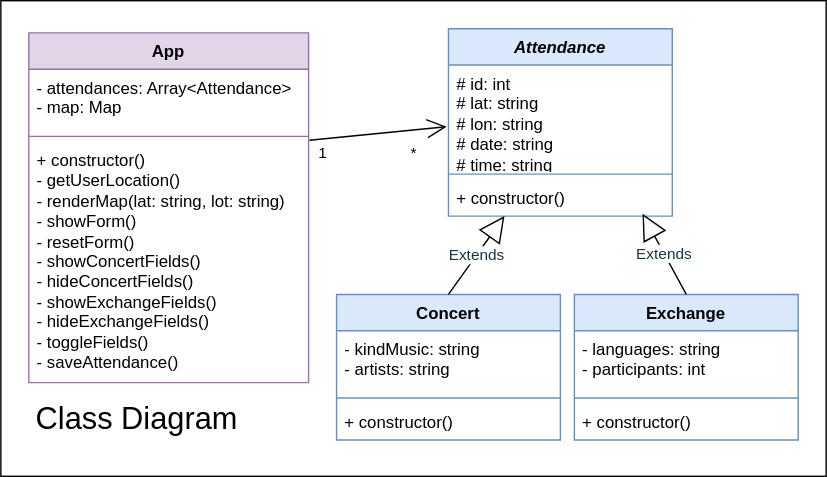
This is class-diagram.drawio.svg from josenavarrohub/vanilla-js-eventify, a draw.io export, as it was before one commit. Source tidied: cells renumbered, new cells last; positions are measured from the earlier drawing's top-left corner, leaving out a move shared by most shapes.
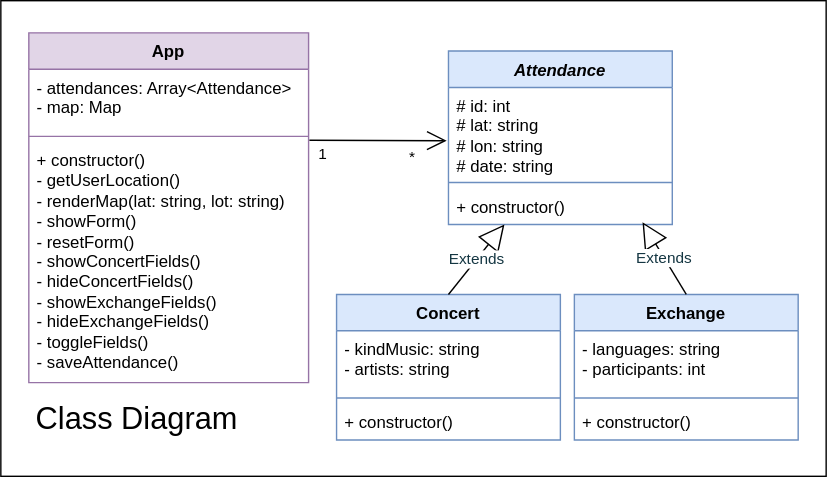
Above is the later version.

Change to the diagram source:
```diff
@@ -9,16 +9,16 @@
       <mxGeometry x="10" y="280" width="175" height="40" as="geometry" />
     </mxCell>
     <mxCell id="4" value="&lt;i&gt;Attendance&lt;/i&gt;" style="swimlane;fontStyle=1;align=center;verticalAlign=top;horizontal=1;startSize=26;whiteSpace=wrap;html=1;swimlaneLine=1;fillColor=#dae8fc;strokeColor=#6c8ebf;" parent="1" vertex="1">
-      <mxGeometry x="320" y="20" width="160" height="134" as="geometry" />
+      <mxGeometry x="320" y="36" width="160" height="124" as="geometry" />
     </mxCell>
-    <mxCell id="5" value="&lt;span id=&quot;docs-internal-guid-5c088fe4-7fff-a9e7-d3c3-fa63c1cc96f2&quot;&gt;&lt;/span&gt;&lt;span id=&quot;docs-internal-guid-5c088fe4-7fff-a9e7-d3c3-fa63c1cc96f2&quot;&gt;&lt;/span&gt;# id: int&lt;br&gt;# lat: string&lt;br&gt;# lon: string&lt;br&gt;# date: string&lt;br&gt;# time: string" style="text;strokeColor=none;fillColor=none;align=left;verticalAlign=top;spacingLeft=4;spacingRight=4;overflow=hidden;points=[[0,0.5],[1,0.5]];portConstraint=eastwest;whiteSpace=wrap;html=1;" parent="4" vertex="1">
-      <mxGeometry y="26" width="160" height="74" as="geometry" />
+    <mxCell id="5" value="&lt;span id=&quot;docs-internal-guid-5c088fe4-7fff-a9e7-d3c3-fa63c1cc96f2&quot;&gt;&lt;/span&gt;&lt;span id=&quot;docs-internal-guid-5c088fe4-7fff-a9e7-d3c3-fa63c1cc96f2&quot;&gt;&lt;/span&gt;# id: int&lt;br&gt;# lat: string&lt;br&gt;# lon: string&lt;br&gt;# date: string" style="text;strokeColor=none;fillColor=none;align=left;verticalAlign=top;spacingLeft=4;spacingRight=4;overflow=hidden;points=[[0,0.5],[1,0.5]];portConstraint=eastwest;whiteSpace=wrap;html=1;" parent="4" vertex="1">
+      <mxGeometry y="26" width="160" height="64" as="geometry" />
     </mxCell>
     <mxCell id="6" style="line;strokeWidth=1;fillColor=none;align=left;verticalAlign=middle;spacingTop=-1;spacingLeft=3;spacingRight=3;labelPosition=right;strokeColor=inherit;" parent="4" vertex="1">
-      <mxGeometry y="100" width="160" height="8" as="geometry" />
+      <mxGeometry y="90" width="160" height="8" as="geometry" />
     </mxCell>
     <mxCell id="7" value="+ constructor()" style="text;strokeColor=none;fillColor=none;align=left;verticalAlign=top;spacingLeft=4;spacingRight=4;overflow=hidden;points=[[0,0.5],[1,0.5]];portConstraint=eastwest;whiteSpace=wrap;html=1;" parent="4" vertex="1">
-      <mxGeometry y="108" width="160" height="26" as="geometry" />
+      <mxGeometry y="98" width="160" height="26" as="geometry" />
     </mxCell>
     <mxCell id="8" value="Concert" style="swimlane;fontStyle=1;align=center;verticalAlign=top;horizontal=1;startSize=26;whiteSpace=wrap;html=1;fillColor=#dae8fc;strokeColor=#6c8ebf;" parent="1" vertex="1">
       <mxGeometry x="240" y="210" width="160" height="104" as="geometry" />
```
